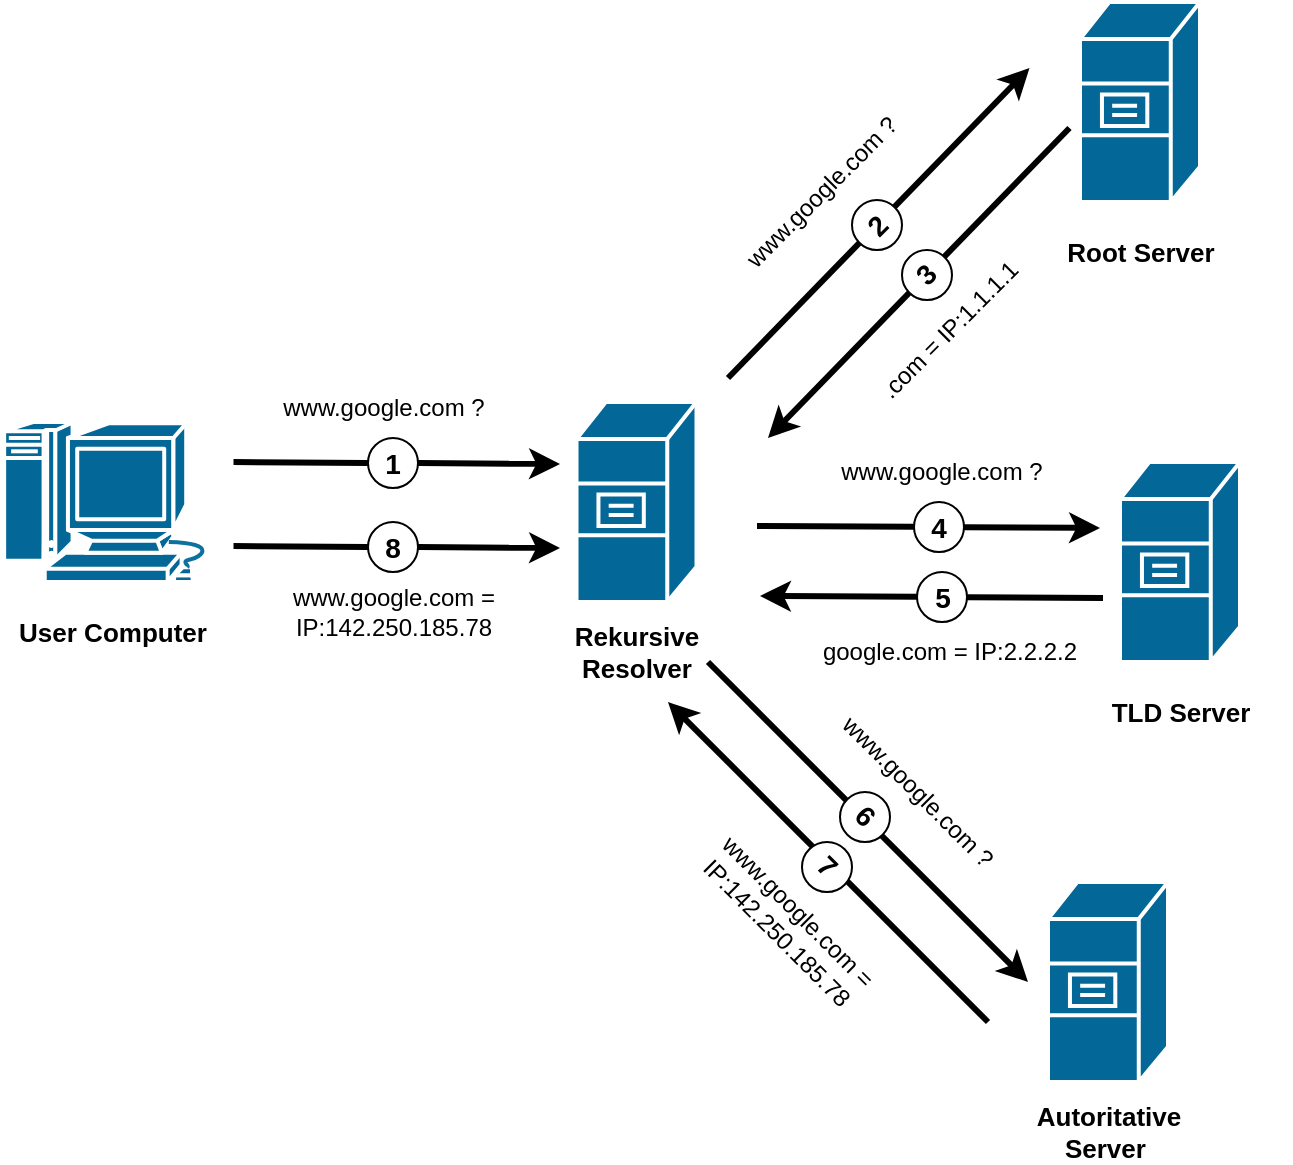
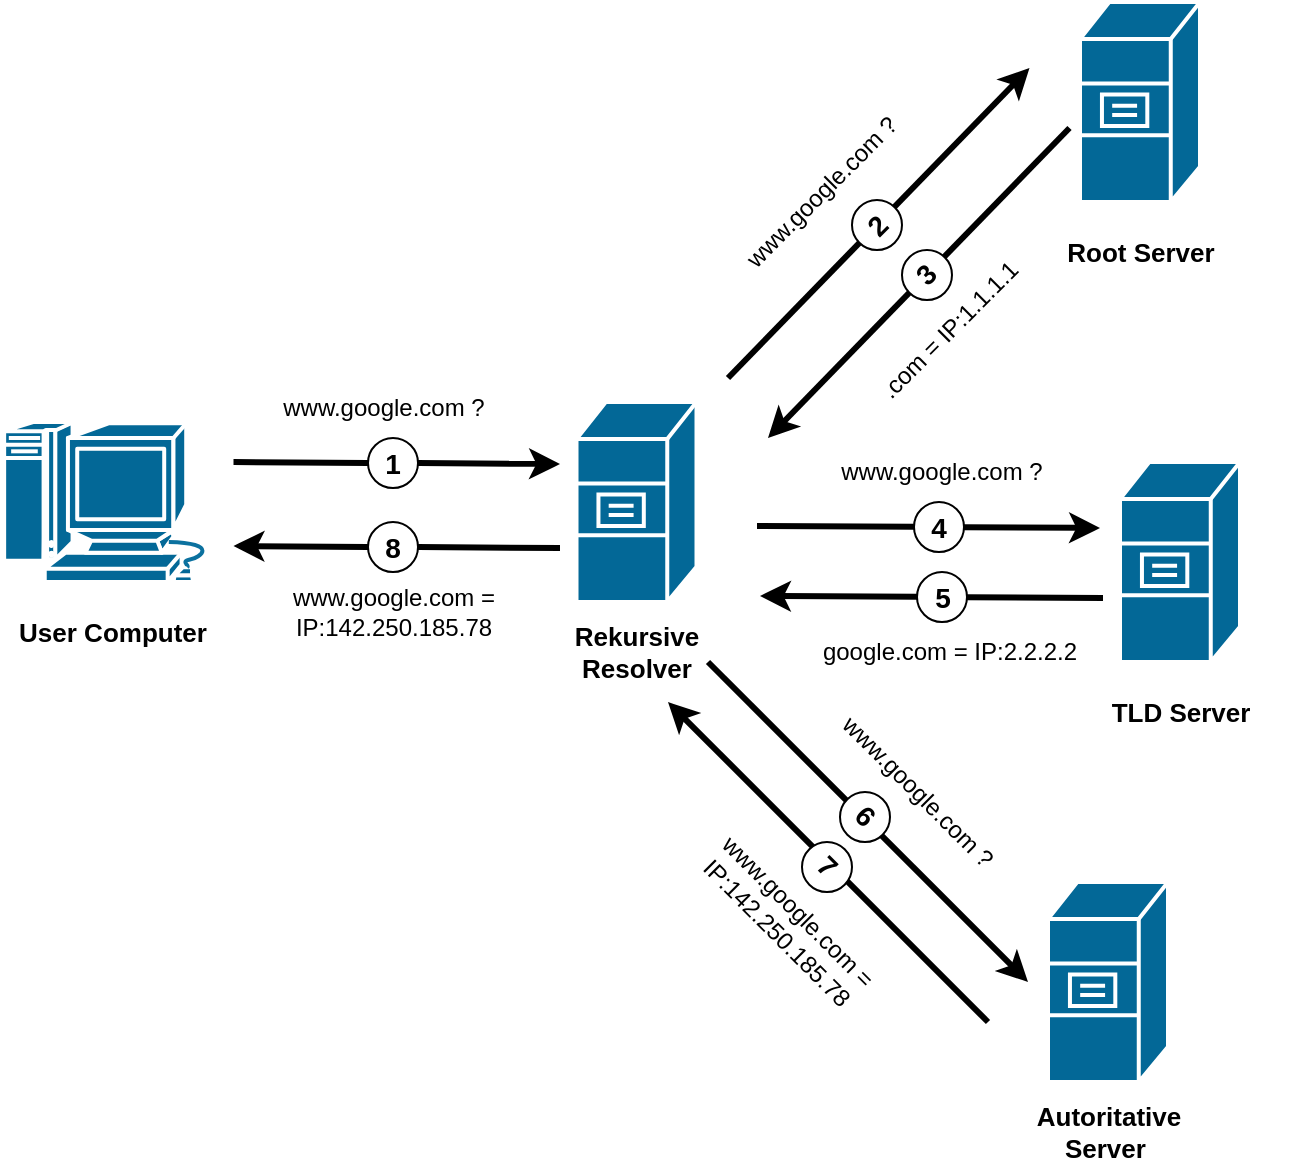
<mxfile host="app.diagrams.net">
  <diagram name="Seite-1" id="MIxLioLs22-T0WrDI3D8">
    <mxGraphModel dx="970" dy="621" grid="1" gridSize="10" guides="1" tooltips="1" connect="1" arrows="1" fold="1" page="1" pageScale="1" pageWidth="827" pageHeight="1169" math="0" shadow="0">
      <root>
        <mxCell id="0" />
        <mxCell id="1" parent="0" />
        <mxCell id="Kp2z6UUhsxGEWxrTFEi2-1" parent="1" style="sketch=0;html=1;pointerEvents=1;dashed=0;fillColor=#036897;strokeColor=#ffffff;strokeWidth=2;verticalLabelPosition=bottom;verticalAlign=top;align=center;outlineConnect=0;shape=mxgraph.cisco.computers_and_peripherals.macintosh;" value="" vertex="1">
          <mxGeometry height="80" width="109" x="41.5" y="400" as="geometry" />
        </mxCell>
        <mxCell id="Kp2z6UUhsxGEWxrTFEi2-2" parent="1" style="strokeColor=#ffffff;sketch=0;html=1;pointerEvents=1;dashed=0;fillColor=#036897;strokeWidth=2;verticalLabelPosition=bottom;verticalAlign=top;align=center;outlineConnect=0;shape=mxgraph.cisco.servers.file_server;" value="" vertex="1">
          <mxGeometry height="100" width="60" x="328.25" y="390" as="geometry" />
        </mxCell>
        <mxCell id="Kp2z6UUhsxGEWxrTFEi2-3" parent="1" style="strokeColor=#ffffff;sketch=0;html=1;pointerEvents=1;dashed=0;fillColor=#036897;strokeWidth=2;verticalLabelPosition=bottom;verticalAlign=top;align=center;outlineConnect=0;shape=mxgraph.cisco.servers.file_server;" value="" vertex="1">
          <mxGeometry height="100" width="60" x="580" y="190" as="geometry" />
        </mxCell>
        <mxCell id="Kp2z6UUhsxGEWxrTFEi2-4" parent="1" style="strokeColor=#ffffff;sketch=0;html=1;pointerEvents=1;dashed=0;fillColor=#036897;strokeWidth=2;verticalLabelPosition=bottom;verticalAlign=top;align=center;outlineConnect=0;shape=mxgraph.cisco.servers.file_server;" value="" vertex="1">
          <mxGeometry height="100" width="60" x="600" y="420" as="geometry" />
        </mxCell>
        <mxCell id="Kp2z6UUhsxGEWxrTFEi2-5" parent="1" style="strokeColor=#ffffff;sketch=0;html=1;pointerEvents=1;dashed=0;fillColor=#036897;strokeWidth=2;verticalLabelPosition=bottom;verticalAlign=top;align=center;outlineConnect=0;shape=mxgraph.cisco.servers.file_server;" value="" vertex="1">
          <mxGeometry height="100" width="60" x="564" y="630" as="geometry" />
        </mxCell>
        <mxCell id="Kp2z6UUhsxGEWxrTFEi2-13" edge="1" parent="1" style="endArrow=classic;html=1;rounded=0;strokeWidth=3;" value="">
          <mxGeometry height="50" relative="1" width="50" as="geometry">
            <mxPoint x="394" y="520" as="sourcePoint" />
            <mxPoint x="554" y="680" as="targetPoint" />
          </mxGeometry>
        </mxCell>
        <mxCell id="Kp2z6UUhsxGEWxrTFEi2-14" edge="1" parent="1" style="endArrow=none;html=1;rounded=0;strokeWidth=3;startArrow=classic;startFill=1;endFill=0;" value="">
          <mxGeometry height="50" relative="1" width="50" as="geometry">
            <mxPoint x="374" y="540" as="sourcePoint" />
            <mxPoint x="534" y="700" as="targetPoint" />
          </mxGeometry>
        </mxCell>
        <mxCell id="Kp2z6UUhsxGEWxrTFEi2-15" parent="1" style="text;html=1;whiteSpace=wrap;strokeColor=none;fillColor=none;align=center;verticalAlign=middle;rounded=0;" value="&lt;b&gt;&lt;font style=&quot;font-size: 13px;&quot;&gt;User Computer&lt;/font&gt;&lt;/b&gt;" vertex="1">
          <mxGeometry height="30" width="110.5" x="40.75" y="490" as="geometry" />
        </mxCell>
        <mxCell id="Kp2z6UUhsxGEWxrTFEi2-17" parent="1" style="text;html=1;whiteSpace=wrap;strokeColor=none;fillColor=none;align=center;verticalAlign=middle;rounded=0;" value="&lt;span style=&quot;font-size: 13px;&quot;&gt;&lt;b&gt;Rekursive Resolver&lt;/b&gt;&lt;/span&gt;" vertex="1">
          <mxGeometry height="30" width="110.5" x="303" y="500" as="geometry" />
        </mxCell>
        <mxCell id="Kp2z6UUhsxGEWxrTFEi2-18" parent="1" style="text;html=1;whiteSpace=wrap;strokeColor=none;fillColor=none;align=center;verticalAlign=middle;rounded=0;" value="&lt;span style=&quot;font-size: 13px;&quot;&gt;&lt;b&gt;Root Server&lt;/b&gt;&lt;/span&gt;" vertex="1">
          <mxGeometry height="30" width="110.5" x="554.75" y="300" as="geometry" />
        </mxCell>
        <mxCell id="Kp2z6UUhsxGEWxrTFEi2-19" parent="1" style="text;html=1;whiteSpace=wrap;strokeColor=none;fillColor=none;align=center;verticalAlign=middle;rounded=0;" value="&lt;span style=&quot;font-size: 13px;&quot;&gt;&lt;b&gt;TLD Server&lt;/b&gt;&lt;/span&gt;" vertex="1">
          <mxGeometry height="30" width="110.5" x="574.75" y="530" as="geometry" />
        </mxCell>
        <mxCell id="Kp2z6UUhsxGEWxrTFEi2-20" parent="1" style="text;html=1;whiteSpace=wrap;strokeColor=none;fillColor=none;align=center;verticalAlign=middle;rounded=0;" value="&lt;span style=&quot;font-size: 13px;&quot;&gt;&lt;b&gt;Autoritative Server&amp;nbsp;&lt;/b&gt;&lt;/span&gt;" vertex="1">
          <mxGeometry height="30" width="110.5" x="538.75" y="740" as="geometry" />
        </mxCell>
        <mxCell id="Kp2z6UUhsxGEWxrTFEi2-22" parent="1" style="text;html=1;whiteSpace=wrap;strokeColor=none;fillColor=none;align=center;verticalAlign=middle;rounded=0;" value="www.google.com ?" vertex="1">
          <mxGeometry height="30" width="130" x="166.5" y="378" as="geometry" />
        </mxCell>
        <mxCell id="Kp2z6UUhsxGEWxrTFEi2-77" edge="1" parent="1" source="Kp2z6UUhsxGEWxrTFEi2-79" style="endArrow=classic;html=1;rounded=0;strokeWidth=3;" value="">
          <mxGeometry height="50" relative="1" width="50" as="geometry">
            <mxPoint x="418.5" y="452" as="sourcePoint" />
            <mxPoint x="590" y="453" as="targetPoint" />
          </mxGeometry>
        </mxCell>
        <mxCell id="Kp2z6UUhsxGEWxrTFEi2-78" edge="1" parent="1" style="endArrow=none;html=1;rounded=0;strokeWidth=3;endFill=0;" target="Kp2z6UUhsxGEWxrTFEi2-79" value="">
          <mxGeometry height="50" relative="1" width="50" as="geometry">
            <mxPoint x="418.5" y="452" as="sourcePoint" />
            <mxPoint x="558.5" y="452" as="targetPoint" />
          </mxGeometry>
        </mxCell>
        <mxCell id="Kp2z6UUhsxGEWxrTFEi2-79" parent="1" style="ellipse;whiteSpace=wrap;html=1;aspect=fixed;fillColor=none;fontSize=14;" value="&lt;font&gt;&lt;b&gt;4&lt;/b&gt;&lt;/font&gt;" vertex="1">
          <mxGeometry height="25" width="25" x="497" y="440" as="geometry" />
        </mxCell>
        <mxCell id="Kp2z6UUhsxGEWxrTFEi2-81" edge="1" parent="1" style="endArrow=classic;html=1;rounded=0;strokeWidth=3;" value="">
          <mxGeometry height="50" relative="1" width="50" as="geometry">
            <mxPoint x="404" y="378" as="sourcePoint" />
            <mxPoint x="554.75" y="223" as="targetPoint" />
          </mxGeometry>
        </mxCell>
        <mxCell id="Kp2z6UUhsxGEWxrTFEi2-82" parent="1" style="ellipse;whiteSpace=wrap;html=1;aspect=fixed;fillColor=default;fontSize=14;rotation=-45;" value="&lt;font&gt;&lt;b&gt;2&lt;/b&gt;&lt;/font&gt;" vertex="1">
          <mxGeometry height="25" width="25" x="466" y="289" as="geometry" />
        </mxCell>
        <mxCell id="Kp2z6UUhsxGEWxrTFEi2-86" edge="1" parent="1" source="Kp2z6UUhsxGEWxrTFEi2-88" style="endArrow=none;html=1;rounded=0;strokeWidth=3;endFill=0;" value="">
          <mxGeometry height="50" relative="1" width="50" as="geometry">
            <mxPoint x="420" y="487" as="sourcePoint" />
            <mxPoint x="591.5" y="488" as="targetPoint" />
          </mxGeometry>
        </mxCell>
        <mxCell id="Kp2z6UUhsxGEWxrTFEi2-87" edge="1" parent="1" style="endArrow=none;html=1;rounded=0;strokeWidth=3;endFill=0;startArrow=classic;startFill=1;" target="Kp2z6UUhsxGEWxrTFEi2-88" value="">
          <mxGeometry height="50" relative="1" width="50" as="geometry">
            <mxPoint x="420" y="487" as="sourcePoint" />
            <mxPoint x="560" y="487" as="targetPoint" />
          </mxGeometry>
        </mxCell>
        <mxCell id="Kp2z6UUhsxGEWxrTFEi2-88" parent="1" style="ellipse;whiteSpace=wrap;html=1;aspect=fixed;fillColor=none;fontSize=14;" value="&lt;font&gt;&lt;b&gt;5&lt;/b&gt;&lt;/font&gt;" vertex="1">
          <mxGeometry height="25" width="25" x="498.5" y="475" as="geometry" />
        </mxCell>
        <mxCell id="Kp2z6UUhsxGEWxrTFEi2-89" edge="1" parent="1" style="endArrow=none;html=1;rounded=0;strokeWidth=3;endFill=0;startArrow=classic;startFill=1;" value="">
          <mxGeometry height="50" relative="1" width="50" as="geometry">
            <mxPoint x="424" y="408" as="sourcePoint" />
            <mxPoint x="574.75" y="253" as="targetPoint" />
          </mxGeometry>
        </mxCell>
        <mxCell id="Kp2z6UUhsxGEWxrTFEi2-90" parent="1" style="ellipse;whiteSpace=wrap;html=1;aspect=fixed;fillColor=default;fontSize=14;rotation=-45;" value="&lt;font&gt;&lt;b&gt;3&lt;/b&gt;&lt;/font&gt;" vertex="1">
          <mxGeometry height="25" width="25" x="490.9976695296637" y="313.9976695296637" as="geometry" />
        </mxCell>
        <mxCell id="Kp2z6UUhsxGEWxrTFEi2-91" parent="1" style="ellipse;whiteSpace=wrap;html=1;aspect=fixed;fillColor=default;fontSize=14;rotation=45;" value="&lt;font&gt;&lt;b&gt;6&lt;/b&gt;&lt;/font&gt;" vertex="1">
          <mxGeometry height="25" width="25" x="459.99766952966365" y="584.9976695296638" as="geometry" />
        </mxCell>
        <mxCell id="Kp2z6UUhsxGEWxrTFEi2-93" parent="1" style="ellipse;whiteSpace=wrap;html=1;aspect=fixed;fillColor=default;fontSize=14;rotation=45;" value="&lt;font&gt;&lt;b&gt;7&lt;/b&gt;&lt;/font&gt;" vertex="1">
          <mxGeometry height="25" width="25" x="440.9976695296637" y="609.9976695296638" as="geometry" />
        </mxCell>
        <mxCell id="Kp2z6UUhsxGEWxrTFEi2-94" parent="1" style="text;html=1;whiteSpace=wrap;strokeColor=none;fillColor=none;align=center;verticalAlign=middle;rounded=0;rotation=-45;" value="www.google.com ?" vertex="1">
          <mxGeometry height="30" width="130" x="386" y="270" as="geometry" />
        </mxCell>
        <mxCell id="Kp2z6UUhsxGEWxrTFEi2-95" parent="1" style="text;html=1;whiteSpace=wrap;strokeColor=none;fillColor=none;align=center;verticalAlign=middle;rounded=0;" value="www.google.com ?" vertex="1">
          <mxGeometry height="30" width="130" x="446" y="410" as="geometry" />
        </mxCell>
        <mxCell id="Kp2z6UUhsxGEWxrTFEi2-96" parent="1" style="text;html=1;whiteSpace=wrap;strokeColor=none;fillColor=none;align=center;verticalAlign=middle;rounded=0;rotation=45;" value="www.google.com ?" vertex="1">
          <mxGeometry height="30" width="130" x="434" y="570" as="geometry" />
        </mxCell>
        <mxCell id="Kp2z6UUhsxGEWxrTFEi2-97" parent="1" style="text;html=1;whiteSpace=wrap;strokeColor=none;fillColor=none;align=center;verticalAlign=middle;rounded=0;rotation=-45;" value=".com = IP:1.1.1.1" vertex="1">
          <mxGeometry height="30" width="130" x="449.9985424949238" y="338.9985424949238" as="geometry" />
        </mxCell>
        <mxCell id="Kp2z6UUhsxGEWxrTFEi2-99" parent="1" style="text;html=1;whiteSpace=wrap;strokeColor=none;fillColor=none;align=center;verticalAlign=middle;rounded=0;rotation=0;" value="google.com = IP:2.2.2.2" vertex="1">
          <mxGeometry height="30" width="140" x="445" y="500" as="geometry" />
        </mxCell>
        <mxCell id="Kp2z6UUhsxGEWxrTFEi2-102" parent="1" style="text;html=1;whiteSpace=wrap;strokeColor=none;fillColor=none;align=center;verticalAlign=middle;rounded=0;rotation=45;" value="www.google.com = IP:142.250.185.78" vertex="1">
          <mxGeometry height="30" width="120" x="374" y="635" as="geometry" />
        </mxCell>
        <mxCell id="Kp2z6UUhsxGEWxrTFEi2-103" parent="1" style="text;html=1;whiteSpace=wrap;strokeColor=none;fillColor=none;align=center;verticalAlign=middle;rounded=0;rotation=0;" value="www.google.com = IP:142.250.185.78" vertex="1">
          <mxGeometry height="30" width="120" x="176.50300858899104" y="480.00300858899107" as="geometry" />
        </mxCell>
        <mxCell id="Kp2z6UUhsxGEWxrTFEi2-106" edge="1" parent="1" source="Kp2z6UUhsxGEWxrTFEi2-108" style="endArrow=classic;html=1;rounded=0;strokeWidth=3;exitX=1;exitY=0.5;exitDx=0;exitDy=0;" value="">
          <mxGeometry height="50" relative="1" width="50" as="geometry">
            <mxPoint x="260.25" y="421" as="sourcePoint" />
            <mxPoint x="320" y="421" as="targetPoint" />
          </mxGeometry>
        </mxCell>
        <mxCell id="Kp2z6UUhsxGEWxrTFEi2-107" edge="1" parent="1" style="endArrow=none;html=1;rounded=0;strokeWidth=3;endFill=0;entryX=0;entryY=0.5;entryDx=0;entryDy=0;" target="Kp2z6UUhsxGEWxrTFEi2-108" value="">
          <mxGeometry height="50" relative="1" width="50" as="geometry">
            <mxPoint x="156.75" y="420" as="sourcePoint" />
            <mxPoint x="226" y="420" as="targetPoint" />
          </mxGeometry>
        </mxCell>
        <mxCell id="Kp2z6UUhsxGEWxrTFEi2-108" parent="1" style="ellipse;whiteSpace=wrap;html=1;aspect=fixed;fillColor=none;fontSize=14;" value="&lt;b&gt;1&lt;/b&gt;" vertex="1">
          <mxGeometry height="25" width="25" x="224" y="408" as="geometry" />
        </mxCell>
-         <mxCell id="Kp2z6UUhsxGEWxrTFEi2-111" edge="1" parent="1" source="Kp2z6UUhsxGEWxrTFEi2-113" style="endArrow=classic;html=1;rounded=0;strokeWidth=3;exitX=1;exitY=0.5;exitDx=0;exitDy=0;" value="">
+         <mxCell id="Kp2z6UUhsxGEWxrTFEi2-111" edge="1" parent="1" source="Kp2z6UUhsxGEWxrTFEi2-113" style="endArrow=none;html=1;rounded=0;strokeWidth=3;exitX=1;exitY=0.5;exitDx=0;exitDy=0;endFill=0;" value="">
          <mxGeometry height="50" relative="1" width="50" as="geometry">
            <mxPoint x="260.25" y="463" as="sourcePoint" />
            <mxPoint x="320" y="463" as="targetPoint" />
          </mxGeometry>
        </mxCell>
-         <mxCell id="Kp2z6UUhsxGEWxrTFEi2-112" edge="1" parent="1" style="endArrow=none;html=1;rounded=0;strokeWidth=3;endFill=0;entryX=0;entryY=0.5;entryDx=0;entryDy=0;" target="Kp2z6UUhsxGEWxrTFEi2-113" value="">
+         <mxCell id="Kp2z6UUhsxGEWxrTFEi2-112" edge="1" parent="1" style="endArrow=none;html=1;rounded=0;strokeWidth=3;endFill=0;entryX=0;entryY=0.5;entryDx=0;entryDy=0;startArrow=classic;startFill=1;" target="Kp2z6UUhsxGEWxrTFEi2-113" value="">
          <mxGeometry height="50" relative="1" width="50" as="geometry">
            <mxPoint x="156.75" y="462" as="sourcePoint" />
            <mxPoint x="226" y="462" as="targetPoint" />
          </mxGeometry>
        </mxCell>
        <mxCell id="Kp2z6UUhsxGEWxrTFEi2-113" parent="1" style="ellipse;whiteSpace=wrap;html=1;aspect=fixed;fillColor=none;fontSize=14;" value="&lt;b&gt;8&lt;/b&gt;" vertex="1">
          <mxGeometry height="25" width="25" x="224" y="450" as="geometry" />
        </mxCell>
      </root>
    </mxGraphModel>
  </diagram>
</mxfile>
